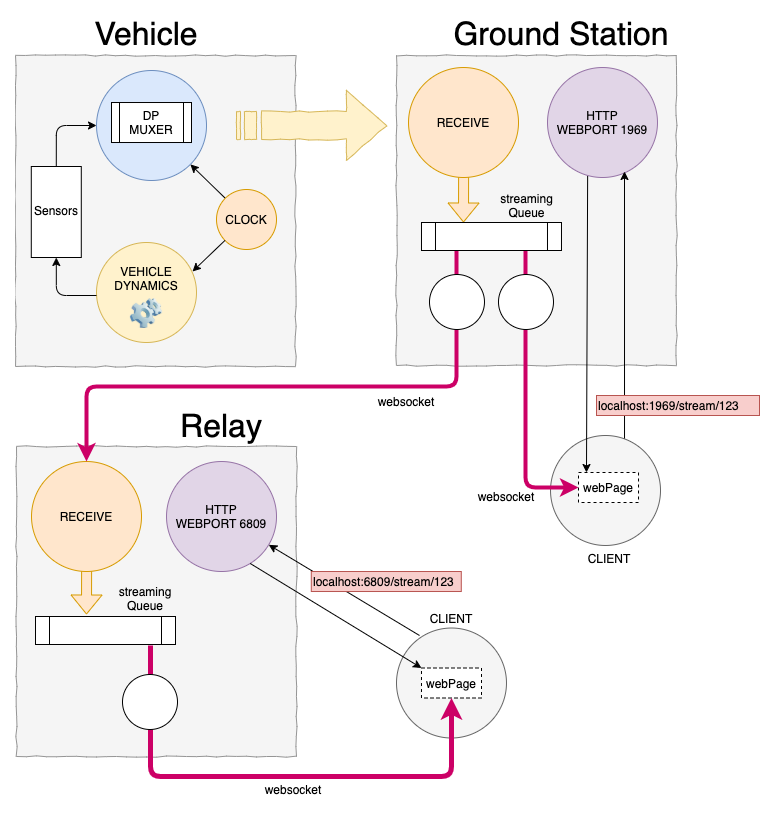
crmathieu/daq keeps this draw.io diagram as daq.png. Above is the earlier version. Source tidied: cells renumbered, new cells last; positions are measured from the earlier drawing's top-left corner, leaving out a move shared by most shapes.
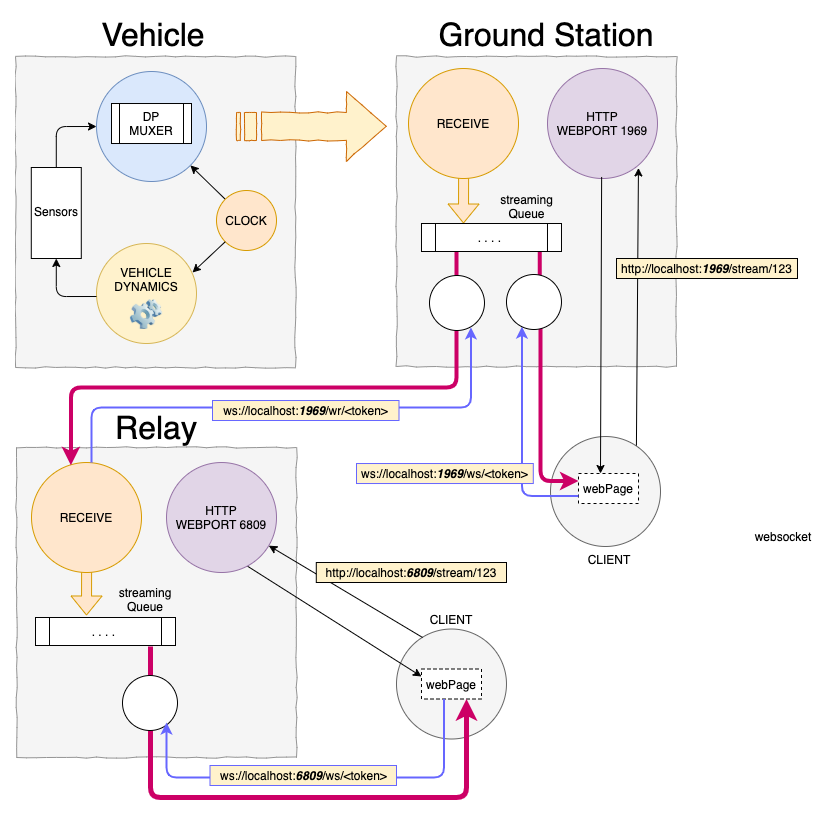
After the commit.

Diff of the diagram source:
```diff
@@ -24,10 +24,10 @@
       <mxGeometry x="381" y="32" width="280" height="310" as="geometry" />
     </mxCell>
     <mxCell id="9" value="&lt;font style=&quot;font-size: 32px&quot;&gt;Vehicle&lt;/font&gt;" style="text;html=1;strokeColor=none;fillColor=none;align=center;verticalAlign=middle;whiteSpace=wrap;rounded=0;" parent="1" vertex="1">
-      <mxGeometry x="36" width="190" height="20" as="geometry" />
+      <mxGeometry x="43" width="190" height="20" as="geometry" />
     </mxCell>
     <mxCell id="10" value="&lt;font style=&quot;font-size: 32px&quot;&gt;Ground Station&lt;/font&gt;" style="text;html=1;strokeColor=none;fillColor=none;align=center;verticalAlign=middle;whiteSpace=wrap;rounded=0;" parent="1" vertex="1">
-      <mxGeometry x="436" width="220" height="20" as="geometry" />
+      <mxGeometry x="421" width="220" height="20" as="geometry" />
     </mxCell>
     <mxCell id="11" style="endArrow=classic;html=1;exitX=0;exitY=0;exitDx=0;exitDy=0;entryX=1;entryY=1;entryDx=0;entryDy=0;" parent="1" edge="1" source="12" target="6">
       <mxGeometry relative="1" as="geometry" />
@@ -44,22 +44,19 @@
     <mxCell id="15" value="HTTP&lt;br&gt;WEBPORT 1969" style="ellipse;whiteSpace=wrap;html=1;fillColor=#e1d5e7;strokeColor=#9673a6;" parent="1" vertex="1">
       <mxGeometry x="532" y="44" width="110" height="110" as="geometry" />
     </mxCell>
-    <mxCell id="16" style="endArrow=classic;html=1;exitX=0.673;exitY=0.091;exitDx=0;exitDy=0;exitPerimeter=0;" parent="1" edge="1">
-      <mxGeometry relative="1" as="geometry">
-        <mxPoint x="609" y="418" as="sourcePoint" />
-        <mxPoint x="609" y="148" as="targetPoint" />
-      </mxGeometry>
+    <mxCell id="16" style="endArrow=classic;html=1;exitX=0.781;exitY=0.092;exitDx=0;exitDy=0;exitPerimeter=0;entryX=0.827;entryY=0.904;entryDx=0;entryDy=0;entryPerimeter=0;" parent="1" edge="1" source="18" target="15">
+      <mxGeometry relative="1" as="geometry" />
     </mxCell>
-    <mxCell id="17" value="localhost:1969/stream/123" style="text;html=1;strokeColor=#b85450;fillColor=#f8cecc;align=left;verticalAlign=middle;whiteSpace=wrap;rounded=0;labelBackgroundColor=none;" parent="1" vertex="1">
-      <mxGeometry x="581" y="372" width="163" height="20" as="geometry" />
+    <mxCell id="17" value="http://localhost:&lt;b&gt;&lt;i&gt;1969&lt;/i&gt;&lt;/b&gt;/stream/123" style="text;html=1;strokeColor=#000000;fillColor=#fff2cc;align=center;verticalAlign=middle;whiteSpace=wrap;rounded=0;labelBackgroundColor=none;" parent="1" vertex="1">
+      <mxGeometry x="601" y="234" width="181" height="20" as="geometry" />
     </mxCell>
     <mxCell id="18" style="ellipse;whiteSpace=wrap;html=1;fillColor=#f5f5f5;strokeColor=#666666;fontColor=#333333;" parent="1" vertex="1">
       <mxGeometry x="535" y="412" width="110" height="110" as="geometry" />
     </mxCell>
     <mxCell id="19" style="endArrow=classic;html=1;exitX=0.374;exitY=0.977;exitDx=0;exitDy=0;exitPerimeter=0;entryX=0.133;entryY=0;entryDx=0;entryDy=0;entryPerimeter=0;" parent="1" edge="1">
       <mxGeometry relative="1" as="geometry">
-        <mxPoint x="572.1" y="152.5" as="sourcePoint" />
-        <mxPoint x="571" y="449" as="targetPoint" />
+        <mxPoint x="586.1" y="152.5" as="sourcePoint" />
+        <mxPoint x="585" y="449" as="targetPoint" />
       </mxGeometry>
     </mxCell>
     <mxCell id="20" value="webPage" style="rounded=0;whiteSpace=wrap;html=1;labelBackgroundColor=none;fillColor=#ffffff;dashed=1;" parent="1" vertex="1">
@@ -68,13 +65,14 @@
     <mxCell id="21" value="CLIENT" style="text;html=1;strokeColor=none;fillColor=none;align=center;verticalAlign=middle;whiteSpace=wrap;rounded=0;labelBackgroundColor=none;" parent="1" vertex="1">
       <mxGeometry x="574" y="525" width="40" height="20" as="geometry" />
     </mxCell>
-    <mxCell id="22" style="edgeStyle=segmentEdgeStyle;endArrow=none;html=1;entryX=0.8;entryY=0.964;entryDx=0;entryDy=0;entryPerimeter=0;strokeColor=#CC0066;strokeWidth=4;startArrow=classic;startFill=1;endFill=0;exitX=0;exitY=0.5;exitDx=0;exitDy=0;" parent="1" edge="1" source="20">
+    <mxCell id="22" style="edgeStyle=segmentEdgeStyle;endArrow=none;html=1;entryX=0.831;entryY=0.948;entryDx=0;entryDy=0;entryPerimeter=0;strokeColor=#CC0066;strokeWidth=4;startArrow=classic;startFill=1;endFill=0;exitX=0;exitY=0.25;exitDx=0;exitDy=0;" parent="1" edge="1">
       <mxGeometry relative="1" as="geometry">
-        <mxPoint x="510" y="226" as="targetPoint" />
+        <mxPoint x="495.8" y="265.5" as="sourcePoint" />
+        <mxPoint x="524.3" y="225.5" as="targetPoint" />
       </mxGeometry>
     </mxCell>
     <mxCell id="23" value="websocket" style="text;html=1;strokeColor=none;fillColor=none;align=center;verticalAlign=middle;whiteSpace=wrap;rounded=0;dashed=1;labelBackgroundColor=none;" parent="1" vertex="1">
-      <mxGeometry x="451" y="463" width="80" height="20" as="geometry" />
+      <mxGeometry x="728" y="502" width="80" height="20" as="geometry" />
     </mxCell>
     <mxCell id="24" style="rounded=0;whiteSpace=wrap;html=1;fillColor=#f5f5f5;strokeColor=#949494;fontColor=#333333;strokeWidth=1;comic=1;" parent="1" vertex="1">
       <mxGeometry x="1" y="423" width="280" height="310" as="geometry" />
@@ -90,9 +88,6 @@
     <mxCell id="27" value="RECEIVE" style="ellipse;whiteSpace=wrap;html=1;fillColor=#ffe6cc;strokeColor=#d79b00;" parent="1" vertex="1">
       <mxGeometry x="16" y="438" width="110" height="110" as="geometry" />
     </mxCell>
-    <mxCell id="28" value="HTTP&lt;br&gt;WEBPORT 6809" style="ellipse;whiteSpace=wrap;html=1;fillColor=#e1d5e7;strokeColor=#9673a6;" parent="1" vertex="1">
-      <mxGeometry x="151" y="438" width="110" height="110" as="geometry" />
-    </mxCell>
     <mxCell id="29" style="ellipse;whiteSpace=wrap;html=1;fillColor=#f5f5f5;strokeColor=#666666;fontColor=#333333;" parent="1" vertex="1">
       <mxGeometry x="381" y="604.5" width="110" height="110" as="geometry" />
     </mxCell>
@@ -102,52 +97,40 @@
     <mxCell id="31" value="CLIENT" style="text;html=1;strokeColor=none;fillColor=none;align=center;verticalAlign=middle;whiteSpace=wrap;rounded=0;labelBackgroundColor=none;" parent="1" vertex="1">
       <mxGeometry x="416" y="584.5" width="40" height="20" as="geometry" />
     </mxCell>
-    <mxCell id="32" style="endArrow=classic;html=1;strokeColor=#000000;strokeWidth=1;exitX=0.209;exitY=0.068;exitDx=0;exitDy=0;exitPerimeter=0;" parent="1" edge="1" source="29" target="28">
+    <mxCell id="32" style="endArrow=classic;html=1;strokeColor=#000000;strokeWidth=1;exitX=0.237;exitY=0.077;exitDx=0;exitDy=0;exitPerimeter=0;" parent="1" edge="1" source="29" target="28">
       <mxGeometry relative="1" as="geometry" />
     </mxCell>
-    <mxCell id="33" style="endArrow=classic;html=1;strokeColor=#000000;strokeWidth=1;exitX=0.761;exitY=0.927;exitDx=0;exitDy=0;exitPerimeter=0;entryX=0;entryY=0;entryDx=0;entryDy=0;" parent="1" edge="1" source="28" target="30">
+    <mxCell id="33" style="endArrow=classic;html=1;strokeColor=#000000;strokeWidth=1;exitX=0.723;exitY=0.934;exitDx=0;exitDy=0;exitPerimeter=0;entryX=0;entryY=0.25;entryDx=0;entryDy=0;" parent="1" edge="1" source="28" target="30">
       <mxGeometry relative="1" as="geometry" />
     </mxCell>
-    <mxCell id="34" value="websocket" style="text;html=1;strokeColor=none;fillColor=none;align=center;verticalAlign=middle;whiteSpace=wrap;rounded=0;dashed=1;labelBackgroundColor=none;" parent="1" vertex="1">
-      <mxGeometry x="237.5" y="756" width="80" height="20" as="geometry" />
-    </mxCell>
-    <mxCell id="35" value="websocket" style="text;html=1;strokeColor=none;fillColor=none;align=center;verticalAlign=middle;whiteSpace=wrap;rounded=0;dashed=1;labelBackgroundColor=none;" parent="1" vertex="1">
-      <mxGeometry x="351" y="368" width="80" height="20" as="geometry" />
-    </mxCell>
     <mxCell id="36" value="&lt;font style=&quot;font-size: 32px&quot;&gt;Relay&lt;/font&gt;" style="text;html=1;strokeColor=none;fillColor=none;align=center;verticalAlign=middle;whiteSpace=wrap;rounded=0;" parent="1" vertex="1">
-      <mxGeometry x="111" y="392" width="190" height="20" as="geometry" />
+      <mxGeometry x="85" y="393" width="112" height="20" as="geometry" />
     </mxCell>
-    <mxCell id="37" value="localhost:6809/stream/123" style="text;html=1;strokeColor=#b85450;fillColor=#f8cecc;align=left;verticalAlign=middle;whiteSpace=wrap;rounded=0;labelBackgroundColor=none;" parent="1" vertex="1">
-      <mxGeometry x="295.8" y="548" width="150" height="20" as="geometry" />
+    <mxCell id="37" value="http://localhost:&lt;b&gt;&lt;i&gt;6809&lt;/i&gt;&lt;/b&gt;/stream/123" style="text;html=1;strokeColor=#000000;fillColor=#fff2cc;align=center;verticalAlign=middle;whiteSpace=wrap;rounded=0;labelBackgroundColor=none;" parent="1" vertex="1">
+      <mxGeometry x="300.8" y="538" width="190.2" height="20" as="geometry" />
     </mxCell>
-    <mxCell id="38" style="edgeStyle=elbowEdgeStyle;elbow=vertical;endArrow=none;html=1;strokeColor=#CC0066;strokeWidth=5;exitX=0.5;exitY=1;exitDx=0;exitDy=0;startArrow=classic;startFill=1;endFill=0;entryX=0.821;entryY=1.036;entryDx=0;entryDy=0;entryPerimeter=0;" parent="1" edge="1" source="30" target="42">
+    <mxCell id="38" style="edgeStyle=elbowEdgeStyle;elbow=vertical;endArrow=none;html=1;strokeColor=#CC0066;strokeWidth=5;exitX=0.75;exitY=1;exitDx=0;exitDy=0;startArrow=classic;startFill=1;endFill=0;entryX=0.821;entryY=1.036;entryDx=0;entryDy=0;entryPerimeter=0;" parent="1" edge="1" source="30" target="42">
       <mxGeometry relative="1" as="geometry">
         <Array as="points">
-          <mxPoint x="281" y="753" />
+          <mxPoint x="291" y="773" />
           <mxPoint x="231" y="773" />
         </Array>
       </mxGeometry>
     </mxCell>
-    <mxCell id="39" style="ellipse;whiteSpace=wrap;html=1;" parent="1" vertex="1">
-      <mxGeometry x="483" y="251" width="55" height="55" as="geometry" />
-    </mxCell>
-    <mxCell id="40" style="edgeStyle=elbowEdgeStyle;elbow=vertical;endArrow=none;html=1;strokeColor=#CC0066;strokeWidth=4;startArrow=classic;startFill=1;endFill=0;entryX=0.25;entryY=1;entryDx=0;entryDy=0;exitX=0.5;exitY=0;exitDx=0;exitDy=0;" parent="1" edge="1" source="27" target="44">
+    <mxCell id="40" style="edgeStyle=elbowEdgeStyle;elbow=vertical;endArrow=none;html=1;strokeColor=#CC0066;strokeWidth=4;startArrow=classic;startFill=1;endFill=0;entryX=0.25;entryY=1;entryDx=0;entryDy=0;exitX=0.358;exitY=0.025;exitDx=0;exitDy=0;exitPerimeter=0;" parent="1" edge="1" source="27" target="44">
       <mxGeometry relative="1" as="geometry">
         <Array as="points">
           <mxPoint x="250" y="363" />
         </Array>
       </mxGeometry>
     </mxCell>
-    <mxCell id="41" style="ellipse;whiteSpace=wrap;html=1;" parent="1" vertex="1">
-      <mxGeometry x="414" y="251" width="55" height="55" as="geometry" />
-    </mxCell>
-    <mxCell id="42" style="shape=process;whiteSpace=wrap;html=1;backgroundOutline=1;" parent="1" vertex="1">
+    <mxCell id="42" value=". . . .&amp;nbsp;" style="shape=process;whiteSpace=wrap;html=1;backgroundOutline=1;" parent="1" vertex="1">
       <mxGeometry x="20" y="593" width="140" height="28" as="geometry" />
     </mxCell>
     <mxCell id="43" value="streaming&lt;br&gt;Queue" style="text;html=1;strokeColor=none;fillColor=none;align=center;verticalAlign=middle;whiteSpace=wrap;rounded=0;labelBackgroundColor=none;" parent="1" vertex="1">
       <mxGeometry x="485" y="171.5" width="53" height="21" as="geometry" />
     </mxCell>
-    <mxCell id="44" style="shape=process;whiteSpace=wrap;html=1;backgroundOutline=1;" parent="1" vertex="1">
+    <mxCell id="44" value="&lt;span&gt;. . . .&amp;nbsp;&lt;/span&gt;" style="shape=process;whiteSpace=wrap;html=1;backgroundOutline=1;" parent="1" vertex="1">
       <mxGeometry x="406" y="199" width="140" height="28" as="geometry" />
     </mxCell>
     <mxCell id="45" style="ellipse;whiteSpace=wrap;html=1;" parent="1" vertex="1">
@@ -171,8 +154,48 @@
     <mxCell id="49" style="image;html=1;labelBackgroundColor=#ffffff;image=img/lib/clip_art/computers/Software_128x128.png;rounded=0;shadow=0;glass=0;comic=0;strokeColor=#FF8000;strokeWidth=2;" parent="1" vertex="1">
       <mxGeometry x="111" y="275" width="40" height="30" as="geometry" />
     </mxCell>
-    <mxCell id="50" style="html=1;shadow=0;dashed=0;align=center;verticalAlign=middle;shape=mxgraph.arrows2.stripedArrow;dy=0.6;dx=40;notch=25;rounded=0;glass=0;comic=1;strokeColor=#d6b656;strokeWidth=1;fillColor=#fff2cc;" parent="1" vertex="1">
+    <mxCell id="50" style="html=1;shadow=0;dashed=0;align=center;verticalAlign=middle;shape=mxgraph.arrows2.stripedArrow;dy=0.6;dx=40;notch=25;rounded=0;glass=0;comic=1;strokeColor=#CC6600;strokeWidth=1;fillColor=#fff2cc;" parent="1" vertex="1">
       <mxGeometry x="221" y="67" width="150" height="70" as="geometry" />
     </mxCell>
+    <mxCell id="51" style="edgeStyle=elbowEdgeStyle;elbow=vertical;endArrow=classic;html=1;strokeColor=#6666FF;strokeWidth=2;exitX=0.375;exitY=1.001;exitDx=0;exitDy=0;startArrow=none;startFill=0;endFill=1;exitPerimeter=0;" parent="1" edge="1" source="30">
+      <mxGeometry relative="1" as="geometry">
+        <mxPoint x="151" y="698" as="targetPoint" />
+        <Array as="points">
+          <mxPoint x="281" y="753" />
+          <mxPoint x="241" y="783" />
+        </Array>
+      </mxGeometry>
+    </mxCell>
+    <mxCell id="52" style="edgeStyle=segmentEdgeStyle;endArrow=classic;html=1;strokeColor=#6666FF;strokeWidth=2;startArrow=none;startFill=0;endFill=1;exitX=0;exitY=0.75;exitDx=0;exitDy=0;entryX=0.281;entryY=0.947;entryDx=0;entryDy=0;entryPerimeter=0;" parent="1" edge="1" source="20" target="39">
+      <mxGeometry relative="1" as="geometry" />
+    </mxCell>
+    <mxCell id="53" style="edgeStyle=segmentEdgeStyle;endArrow=none;html=1;entryX=0.62;entryY=0.96;entryDx=0;entryDy=0;entryPerimeter=0;strokeColor=#CC0066;strokeWidth=4;startArrow=classic;startFill=1;endFill=0;exitX=0;exitY=0.25;exitDx=0;exitDy=0;" parent="1" edge="1" source="20" target="39">
+      <mxGeometry relative="1" as="geometry" />
+    </mxCell>
+    <mxCell id="39" style="ellipse;whiteSpace=wrap;html=1;" parent="1" vertex="1">
+      <mxGeometry x="491" y="250" width="55" height="55" as="geometry" />
+    </mxCell>
+    <mxCell id="54" value="ws://localhost:&lt;b&gt;&lt;i&gt;1969&lt;/i&gt;&lt;/b&gt;/ws/&amp;lt;token&amp;gt;" style="text;html=1;strokeColor=#6666FF;fillColor=#fff2cc;align=center;verticalAlign=middle;whiteSpace=wrap;rounded=0;labelBackgroundColor=none;" parent="1" vertex="1">
+      <mxGeometry x="341" y="439" width="176.8" height="20" as="geometry" />
+    </mxCell>
+    <mxCell id="55" value="ws://localhost:&lt;b&gt;&lt;i&gt;6809&lt;/i&gt;&lt;/b&gt;/ws/&amp;lt;token&amp;gt;" style="text;html=1;strokeColor=#6666FF;fillColor=#fff2cc;align=center;verticalAlign=middle;whiteSpace=wrap;rounded=0;labelBackgroundColor=none;" parent="1" vertex="1">
+      <mxGeometry x="194.5" y="741" width="186.5" height="20" as="geometry" />
+    </mxCell>
+    <mxCell id="56" style="edgeStyle=elbowEdgeStyle;elbow=vertical;endArrow=classic;html=1;strokeColor=#6666FF;strokeWidth=2;startArrow=none;startFill=0;endFill=1;exitX=0.546;exitY=0;exitDx=0;exitDy=0;exitPerimeter=0;entryX=0.753;entryY=0.942;entryDx=0;entryDy=0;entryPerimeter=0;" parent="1" edge="1" source="27" target="41">
+      <mxGeometry relative="1" as="geometry">
+        <Array as="points">
+          <mxPoint x="261" y="383" />
+        </Array>
+      </mxGeometry>
+    </mxCell>
+    <mxCell id="41" style="ellipse;whiteSpace=wrap;html=1;" parent="1" vertex="1">
+      <mxGeometry x="414" y="251" width="55" height="55" as="geometry" />
+    </mxCell>
+    <mxCell id="57" value="ws://localhost:&lt;b&gt;&lt;i&gt;1969&lt;/i&gt;&lt;/b&gt;/wr/&amp;lt;token&amp;gt;" style="text;html=1;strokeColor=#6666FF;fillColor=#fff2cc;align=center;verticalAlign=middle;whiteSpace=wrap;rounded=0;labelBackgroundColor=none;" parent="1" vertex="1">
+      <mxGeometry x="197" y="376" width="186.5" height="20" as="geometry" />
+    </mxCell>
+    <mxCell id="28" value="HTTP&lt;br&gt;WEBPORT 6809" style="ellipse;whiteSpace=wrap;html=1;fillColor=#e1d5e7;strokeColor=#9673a6;" parent="1" vertex="1">
+      <mxGeometry x="151" y="438" width="110" height="110" as="geometry" />
+    </mxCell>
   </root>
 </mxGraphModel>
```
